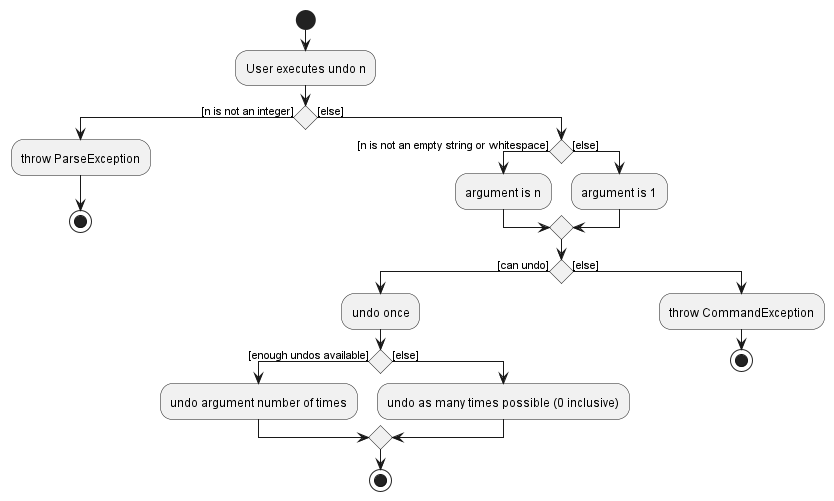
The PlantUML diagram docs/images/UndoActivityDiagram.png in nus-cs2103-AY2223S2/tp, before a commit. The source it was exported from:
```plantuml
@startuml

start
:User executes undo n;
if () then ([n is not an integer])
    :throw ParseException;
    stop
else ([else])
    if () then ([n is not an empty string or whitespace])
        :argument is n;
    else ([else])
        :argument is 1;
    endif
    if () then ([can undo])
        :undo once;
        if () then ([enough undos available])
        :undo argument number of times;
        else ([else])
        :undo as many times possible (0 inclusive);
        endif
        stop
    else ([else])
        :throw CommandException;
        stop


@enduml
```
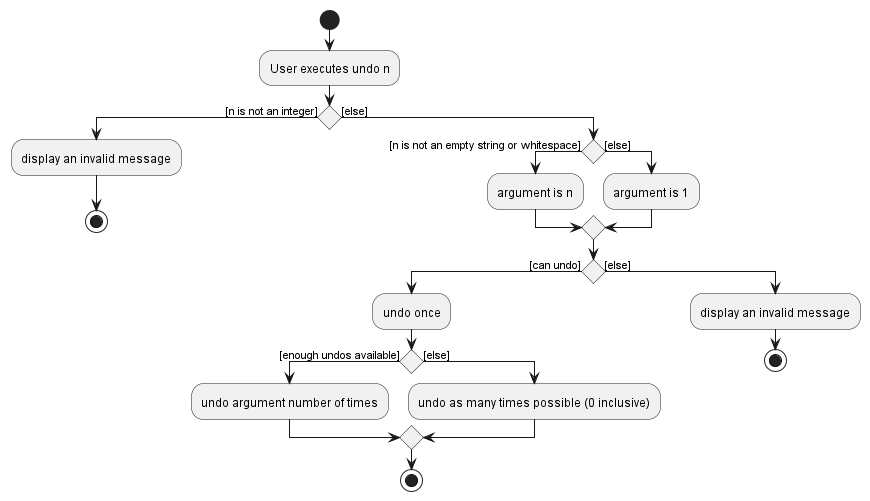
The same diagram one commit later.

The edit, as a diff of the source:
```diff
@@ -3,7 +3,7 @@
 start
 :User executes undo n;
 if () then ([n is not an integer])
-    :throw ParseException;
+    :display an invalid message;
     stop
 else ([else])
     if () then ([n is not an empty string or whitespace])
@@ -20,7 +20,7 @@
         endif
         stop
     else ([else])
-        :throw CommandException;
+        :display an invalid message;
         stop
 
 
```
